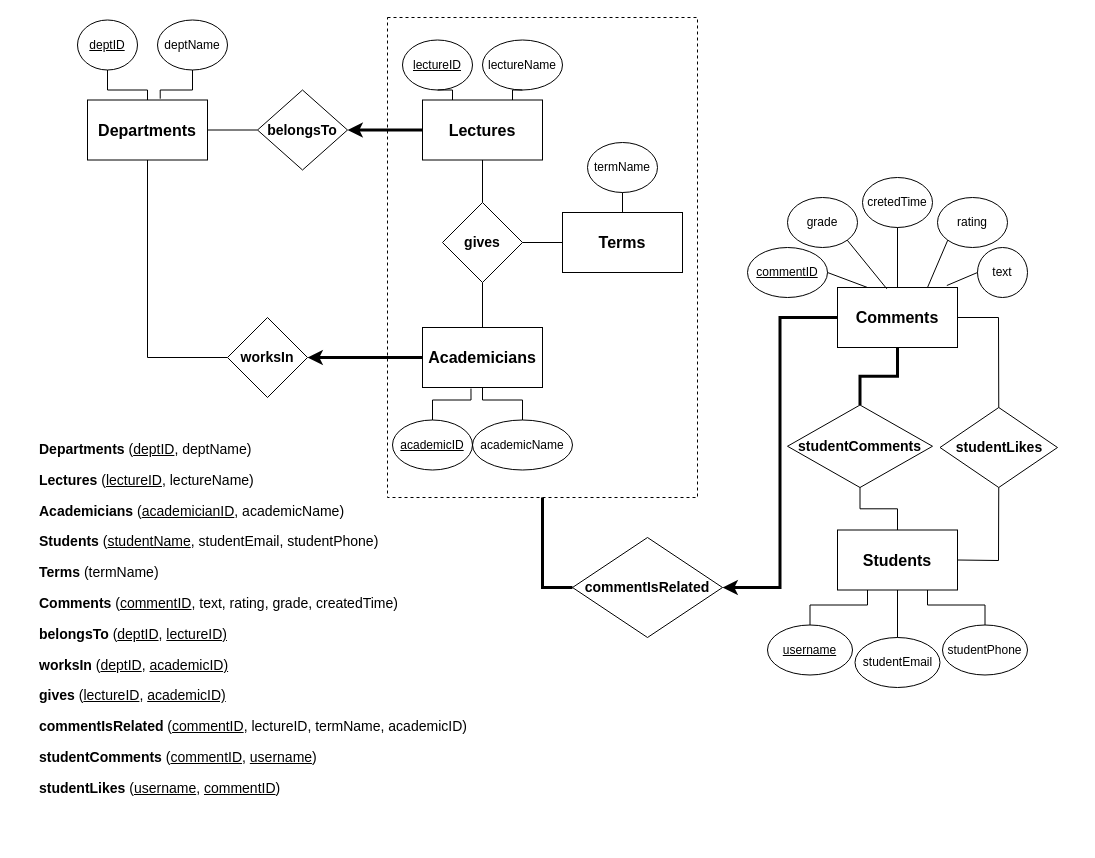
Above: Başlıksız Diyagram.drawio in apoionuz/ceng302 (draw.io), before the change. Source tidied: cells renumbered, new cells numbered last; positions are measured from the earlier drawing's top-left corner, leaving out a move shared by most shapes. Both pictures are drawn from the tidied source at 100%, with x=0, y=0 at pixel (37, 17).
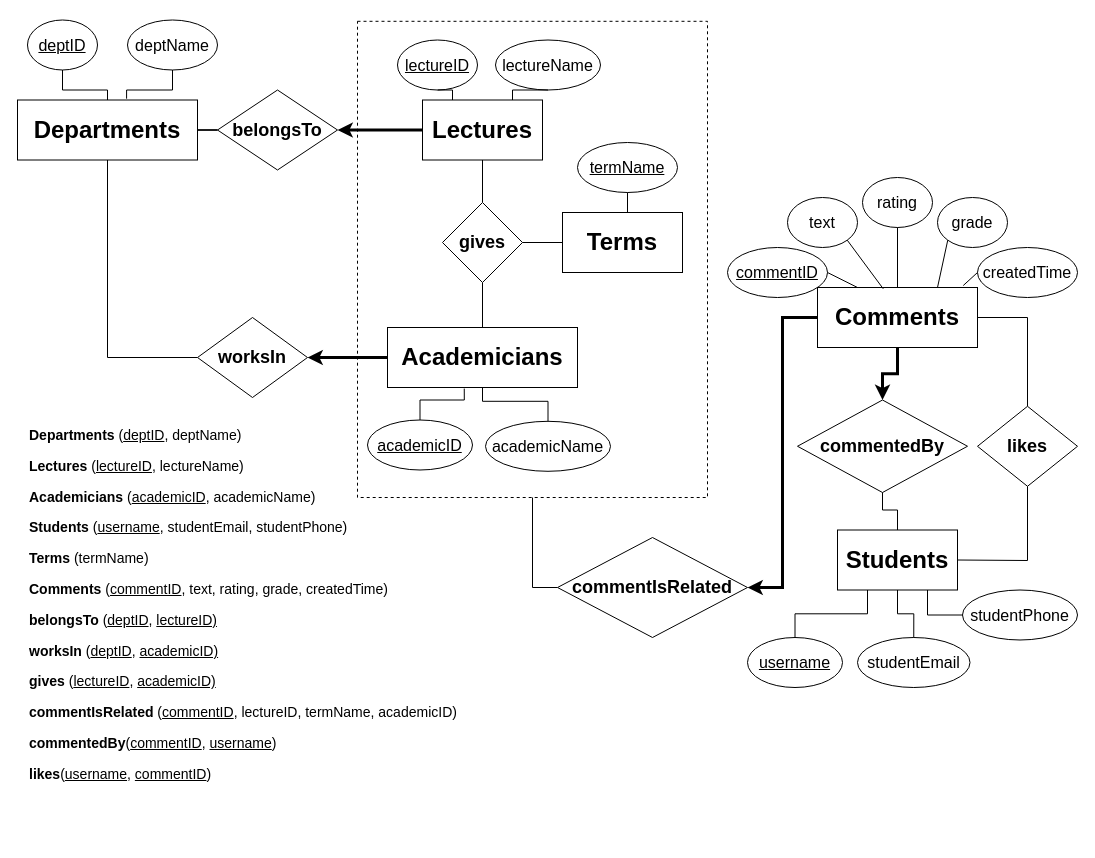
After the change.

Change to the diagram source:
```diff
@@
-    <mxCell id="4" value="&lt;b&gt;&lt;font style=&quot;font-size: 16px;&quot;&gt;Academicians&lt;/font&gt;&lt;/b&gt;" style="rounded=0;whiteSpace=wrap;html=1;" parent="1" vertex="1">
-      <mxGeometry x="385" y="310" width="120" height="60" as="geometry" />
+    <mxCell id="4" value="&lt;b&gt;&lt;font style=&quot;font-size: 24px;&quot;&gt;Academicians&lt;/font&gt;&lt;/b&gt;" style="rounded=0;whiteSpace=wrap;html=1;" parent="1" vertex="1">
+      <mxGeometry x="350" y="310" width="190" height="60" as="geometry" />
     </mxCell>
-    <mxCell id="5" value="&lt;b&gt;&lt;font style=&quot;font-size: 16px;&quot;&gt;Lectures&lt;/font&gt;&lt;/b&gt;" style="rounded=0;whiteSpace=wrap;html=1;" parent="1" vertex="1">
+    <mxCell id="5" value="&lt;b&gt;&lt;font style=&quot;font-size: 24px;&quot;&gt;Lectures&lt;/font&gt;&lt;/b&gt;" style="rounded=0;whiteSpace=wrap;html=1;" parent="1" vertex="1">
       <mxGeometry x="385" y="82.5" width="120" height="60" as="geometry" />
     </mxCell>
@@
-    <mxCell id="7" value="&lt;font style=&quot;font-size: 16px;&quot;&gt;Students&lt;/font&gt;" style="rounded=0;whiteSpace=wrap;html=1;fontStyle=1;" parent="1" vertex="1">
+    <mxCell id="7" value="&lt;font style=&quot;font-size: 24px;&quot;&gt;Students&lt;/font&gt;" style="rounded=0;whiteSpace=wrap;html=1;fontStyle=1;" parent="1" vertex="1">
       <mxGeometry x="800" y="512.5" width="120" height="60" as="geometry" />
     </mxCell>
-    <mxCell id="8" style="edgeStyle=orthogonalEdgeStyle;rounded=0;jettySize=auto;html=1;endArrow=none;endFill=0;" parent="1" edge="1" source="9" target="11">
+    <mxCell id="8" style="edgeStyle=orthogonalEdgeStyle;rounded=0;jettySize=auto;html=1;endArrow=none;endFill=0;entryX=0;entryY=0.5;entryDx=0;entryDy=0;" parent="1" edge="1" source="9" target="11">
       <mxGeometry relative="1" as="geometry" />
     </mxCell>
-    <mxCell id="9" value="&lt;b&gt;&lt;font style=&quot;font-size: 16px;&quot;&gt;Departments&lt;/font&gt;&lt;/b&gt;" style="rounded=0;whiteSpace=wrap;html=1;" parent="1" vertex="1">
-      <mxGeometry x="50" y="82.5" width="120" height="60" as="geometry" />
+    <mxCell id="9" value="&lt;b style=&quot;font-size: 24px;&quot;&gt;&lt;font style=&quot;font-size: 24px;&quot;&gt;Departments&lt;/font&gt;&lt;/b&gt;" style="rounded=0;whiteSpace=wrap;html=1;fontSize=24;" parent="1" vertex="1">
+      <mxGeometry x="-20" y="82.5" width="180" height="60" as="geometry" />
     </mxCell>
@@
-    <mxCell id="11" value="&lt;font style=&quot;font-size: 14px;&quot;&gt;belongsTo&lt;/font&gt;" style="rhombus;whiteSpace=wrap;html=1;rounded=0;fontStyle=1;" parent="1" vertex="1">
-      <mxGeometry x="220" y="72.5" width="90" height="80" as="geometry" />
+    <mxCell id="11" value="&lt;font style=&quot;font-size: 18px;&quot;&gt;belongsTo&lt;/font&gt;" style="rhombus;whiteSpace=wrap;html=1;rounded=0;fontStyle=1;fontSize=18;" parent="1" vertex="1">
+      <mxGeometry x="180" y="72.5" width="120" height="80" as="geometry" />
     </mxCell>
     <mxCell id="12" style="rounded=0;whiteSpace=wrap;html=1;dashed=1;fillColor=none;" parent="1" vertex="1">
-      <mxGeometry x="350" width="310" height="480" as="geometry" />
+      <mxGeometry x="320" y="3.8" width="350" height="476.2" as="geometry" />
     </mxCell>
@@
-    <mxCell id="14" value="&lt;font style=&quot;font-size: 14px;&quot;&gt;worksIn&lt;/font&gt;" style="rhombus;whiteSpace=wrap;html=1;rounded=0;fontStyle=1;" parent="1" vertex="1">
-      <mxGeometry x="190" y="300" width="80" height="80" as="geometry" />
+    <mxCell id="14" value="&lt;font style=&quot;font-size: 18px;&quot;&gt;worksIn&lt;/font&gt;" style="rhombus;whiteSpace=wrap;html=1;rounded=0;fontStyle=1;fontSize=18;" parent="1" vertex="1">
+      <mxGeometry x="160" y="300" width="110" height="80" as="geometry" />
     </mxCell>
@@
-    <mxCell id="16" value="&lt;font style=&quot;font-size: 14px;&quot;&gt;gives&lt;/font&gt;" style="rhombus;whiteSpace=wrap;html=1;rounded=0;fontStyle=1;" parent="1" vertex="1">
+    <mxCell id="16" value="&lt;font style=&quot;font-size: 18px;&quot;&gt;gives&lt;/font&gt;" style="rhombus;whiteSpace=wrap;html=1;rounded=0;fontStyle=1;fontSize=18;" parent="1" vertex="1">
       <mxGeometry x="405" y="185" width="80" height="80" as="geometry" />
     </mxCell>
@@
-    <mxCell id="18" value="&lt;u&gt;username&lt;/u&gt;" style="ellipse;whiteSpace=wrap;html=1;fillColor=none;" parent="1" vertex="1">
-      <mxGeometry x="730" y="607.5" width="85" height="50" as="geometry" />
+    <mxCell id="18" value="&lt;u style=&quot;font-size: 16px;&quot;&gt;username&lt;/u&gt;" style="ellipse;whiteSpace=wrap;html=1;fillColor=none;fontSize=16;" parent="1" vertex="1">
+      <mxGeometry x="710" y="620" width="95" height="50" as="geometry" />
     </mxCell>
@@
-    <mxCell id="20" value="studentEmail" style="ellipse;whiteSpace=wrap;html=1;fillColor=none;" parent="1" vertex="1">
-      <mxGeometry x="817.5" y="620" width="85" height="50" as="geometry" />
+    <mxCell id="20" value="studentEmail" style="ellipse;whiteSpace=wrap;html=1;fillColor=none;fontSize=16;" parent="1" vertex="1">
+      <mxGeometry x="820" y="620" width="112.5" height="50" as="geometry" />
     </mxCell>
@@
-    <mxCell id="22" value="studentPhone" style="ellipse;whiteSpace=wrap;html=1;fillColor=none;" parent="1" vertex="1">
-      <mxGeometry x="905" y="607.5" width="85" height="50" as="geometry" />
+    <mxCell id="22" value="studentPhone" style="ellipse;whiteSpace=wrap;html=1;fillColor=none;fontSize=16;" parent="1" vertex="1">
+      <mxGeometry x="925" y="572.5" width="115" height="50" as="geometry" />
     </mxCell>
@@
-    <mxCell id="24" value="&lt;u&gt;deptID&lt;/u&gt;" style="ellipse;whiteSpace=wrap;html=1;fillColor=none;" parent="1" vertex="1">
-      <mxGeometry x="40" y="2.5" width="60" height="50" as="geometry" />
+    <mxCell id="24" value="&lt;u style=&quot;font-size: 16px;&quot;&gt;deptID&lt;/u&gt;" style="ellipse;whiteSpace=wrap;html=1;fillColor=none;fontSize=16;" parent="1" vertex="1">
+      <mxGeometry x="-10" y="2.5" width="70" height="50" as="geometry" />
     </mxCell>
@@
-    <mxCell id="26" value="deptName" style="ellipse;whiteSpace=wrap;html=1;fillColor=none;" parent="1" vertex="1">
-      <mxGeometry x="120" y="2.5" width="70" height="50" as="geometry" />
+    <mxCell id="26" value="deptName" style="ellipse;whiteSpace=wrap;html=1;fillColor=none;fontSize=16;" parent="1" vertex="1">
+      <mxGeometry x="90" y="2.5" width="90" height="50" as="geometry" />
     </mxCell>
@@
-    <mxCell id="28" value="&lt;u&gt;lectureID&lt;/u&gt;" style="ellipse;whiteSpace=wrap;html=1;fillColor=none;" parent="1" vertex="1">
-      <mxGeometry x="365" y="22.5" width="70" height="50" as="geometry" />
+    <mxCell id="28" value="&lt;u style=&quot;font-size: 16px;&quot;&gt;lectureID&lt;/u&gt;" style="ellipse;whiteSpace=wrap;html=1;fillColor=none;fontSize=16;" parent="1" vertex="1">
+      <mxGeometry x="360" y="22.5" width="80" height="50" as="geometry" />
     </mxCell>
@@
-    <mxCell id="30" value="lectureName" style="ellipse;whiteSpace=wrap;html=1;fillColor=none;" parent="1" vertex="1">
-      <mxGeometry x="445" y="22.5" width="80" height="50" as="geometry" />
+    <mxCell id="30" value="lectureName" style="ellipse;whiteSpace=wrap;html=1;fillColor=none;fontSize=16;" parent="1" vertex="1">
+      <mxGeometry x="458" y="22.5" width="105" height="50" as="geometry" />
     </mxCell>
@@
-    <mxCell id="32" value="&lt;u&gt;academicID&lt;/u&gt;" style="ellipse;whiteSpace=wrap;html=1;fillColor=none;" parent="1" vertex="1">
-      <mxGeometry x="355" y="402.5" width="80" height="50" as="geometry" />
+    <mxCell id="32" value="&lt;u style=&quot;font-size: 16px;&quot;&gt;academicID&lt;/u&gt;" style="ellipse;whiteSpace=wrap;html=1;fillColor=none;fontSize=16;" parent="1" vertex="1">
+      <mxGeometry x="330" y="402.5" width="105" height="50" as="geometry" />
     </mxCell>
@@
-    <mxCell id="34" value="academicName" style="ellipse;whiteSpace=wrap;html=1;fillColor=none;" parent="1" vertex="1">
-      <mxGeometry x="435" y="402.5" width="100" height="50" as="geometry" />
+    <mxCell id="34" value="academicName" style="ellipse;whiteSpace=wrap;html=1;fillColor=none;fontSize=16;" parent="1" vertex="1">
+      <mxGeometry x="448" y="403.8" width="125" height="50" as="geometry" />
     </mxCell>
-    <mxCell id="35" value="&lt;u&gt;commentID&lt;/u&gt;" style="ellipse;whiteSpace=wrap;html=1;fillColor=none;" parent="1" vertex="1">
-      <mxGeometry x="710" y="230" width="80" height="50" as="geometry" />
+    <mxCell id="35" value="&lt;u style=&quot;font-size: 16px;&quot;&gt;commentID&lt;/u&gt;" style="ellipse;whiteSpace=wrap;html=1;fillColor=none;fontSize=16;" parent="1" vertex="1">
+      <mxGeometry x="690" y="230" width="100" height="50" as="geometry" />
     </mxCell>
-    <mxCell id="36" value="text" style="ellipse;whiteSpace=wrap;html=1;fillColor=none;" parent="1" vertex="1">
-      <mxGeometry x="940" y="230" width="50" height="50" as="geometry" />
+    <mxCell id="36" value="createdTime" style="ellipse;whiteSpace=wrap;html=1;fillColor=none;fontSize=16;" parent="1" vertex="1">
+      <mxGeometry x="940" y="230" width="100" height="50" as="geometry" />
     </mxCell>
-    <mxCell id="37" value="rating" style="ellipse;whiteSpace=wrap;html=1;fillColor=none;" parent="1" vertex="1">
+    <mxCell id="37" value="grade" style="ellipse;whiteSpace=wrap;html=1;fillColor=none;fontSize=16;" parent="1" vertex="1">
       <mxGeometry x="900" y="180" width="70" height="50" as="geometry" />
     </mxCell>
-    <mxCell id="38" value="grade" style="ellipse;whiteSpace=wrap;html=1;fillColor=none;" parent="1" vertex="1">
+    <mxCell id="38" value="text" style="ellipse;whiteSpace=wrap;html=1;fillColor=none;fontSize=16;" parent="1" vertex="1">
       <mxGeometry x="750" y="180" width="70" height="50" as="geometry" />
     </mxCell>
@@
-    <mxCell id="44" value="cretedTime" style="ellipse;whiteSpace=wrap;html=1;fillColor=none;" parent="1" vertex="1">
+    <mxCell id="44" value="rating" style="ellipse;whiteSpace=wrap;html=1;fillColor=none;fontSize=16;" parent="1" vertex="1">
       <mxGeometry x="825" y="160" width="70" height="50" as="geometry" />
     </mxCell>
@@
-    <mxCell id="46" value="&lt;b&gt;&lt;font style=&quot;font-size: 16px;&quot;&gt;Terms&lt;/font&gt;&lt;/b&gt;" style="rounded=0;whiteSpace=wrap;html=1;strokeWidth=1;fontSize=14;fillColor=none;" parent="1" vertex="1">
+    <mxCell id="46" value="&lt;b&gt;&lt;font style=&quot;font-size: 24px;&quot;&gt;Terms&lt;/font&gt;&lt;/b&gt;" style="rounded=0;whiteSpace=wrap;html=1;strokeWidth=1;fontSize=14;fillColor=none;" parent="1" vertex="1">
       <mxGeometry x="525" y="195" width="120" height="60" as="geometry" />
     </mxCell>
@@
-    <mxCell id="48" value="termName" style="ellipse;whiteSpace=wrap;html=1;fillColor=none;" parent="1" vertex="1">
-      <mxGeometry x="550" y="125" width="70" height="50" as="geometry" />
+    <mxCell id="48" value="&lt;u style=&quot;font-size: 16px;&quot;&gt;termName&lt;/u&gt;" style="ellipse;whiteSpace=wrap;html=1;fillColor=none;fontSize=16;" parent="1" vertex="1">
+      <mxGeometry x="540" y="125" width="100" height="50" as="geometry" />
     </mxCell>
@@
-    <mxCell id="50" value="&lt;font style=&quot;font-size: 16px;&quot;&gt;Comments&lt;/font&gt;" style="rounded=0;whiteSpace=wrap;html=1;strokeWidth=1;fontSize=14;fillColor=none;fontStyle=1;" parent="1" vertex="1">
-      <mxGeometry x="800" y="270" width="120" height="60" as="geometry" />
+    <mxCell id="50" value="&lt;font style=&quot;font-size: 24px;&quot;&gt;Comments&lt;/font&gt;" style="rounded=0;whiteSpace=wrap;html=1;strokeWidth=1;fontSize=14;fillColor=none;fontStyle=1;" parent="1" vertex="1">
+      <mxGeometry x="780" y="270" width="160" height="60" as="geometry" />
     </mxCell>
-    <mxCell id="51" style="edgeStyle=orthogonalEdgeStyle;rounded=0;jettySize=auto;html=1;exitX=0.5;exitY=0;exitDx=0;exitDy=0;entryX=0.5;entryY=1;entryDx=0;entryDy=0;strokeWidth=3;fontSize=14;startArrow=none;startFill=0;endArrow=none;endFill=0;" parent="1" edge="1" source="52" target="50">
+    <mxCell id="51" style="edgeStyle=orthogonalEdgeStyle;rounded=0;jettySize=auto;html=1;exitX=0.5;exitY=0;exitDx=0;exitDy=0;entryX=0.5;entryY=1;entryDx=0;entryDy=0;strokeWidth=3;fontSize=14;startArrow=classic;startFill=1;endArrow=none;endFill=0;" parent="1" edge="1" source="52" target="50">
       <mxGeometry relative="1" as="geometry" />
     </mxCell>
-    <mxCell id="52" value="studentComments" style="rhombus;whiteSpace=wrap;html=1;strokeWidth=1;fontSize=14;fillColor=none;fontStyle=1;" parent="1" vertex="1">
-      <mxGeometry x="750" y="387.5" width="145" height="82.5" as="geometry" />
+    <mxCell id="52" value="commentedBy" style="rhombus;whiteSpace=wrap;html=1;strokeWidth=1;fontSize=18;fillColor=none;fontStyle=1;" parent="1" vertex="1">
+      <mxGeometry x="760" y="382.5" width="170" height="92.5" as="geometry" />
     </mxCell>
-    <mxCell id="53" style="edgeStyle=orthogonalEdgeStyle;rounded=0;jettySize=auto;html=1;strokeWidth=3;fontSize=14;startArrow=none;startFill=0;endArrow=none;endFill=0;entryX=0.5;entryY=1;entryDx=0;entryDy=0;exitX=0;exitY=0.5;exitDx=0;exitDy=0;" parent="1" edge="1" source="54" target="12">
+    <mxCell id="53" style="edgeStyle=orthogonalEdgeStyle;rounded=0;jettySize=auto;html=1;strokeWidth=1;fontSize=14;startArrow=none;startFill=0;endArrow=none;endFill=0;entryX=0.5;entryY=1;entryDx=0;entryDy=0;exitX=0;exitY=0.5;exitDx=0;exitDy=0;" parent="1" edge="1" source="54" target="12">
       <mxGeometry relative="1" as="geometry" />
     </mxCell>
-    <mxCell id="54" value="&lt;font style=&quot;font-size: 14px;&quot;&gt;commentIsRelated&lt;/font&gt;" style="rhombus;whiteSpace=wrap;html=1;fontStyle=1;" parent="1" vertex="1">
-      <mxGeometry x="535" y="520" width="150" height="100" as="geometry" />
+    <mxCell id="54" value="&lt;font style=&quot;font-size: 18px;&quot;&gt;commentIsRelated&lt;/font&gt;" style="rhombus;whiteSpace=wrap;html=1;fontStyle=1;fontSize=18;" parent="1" vertex="1">
+      <mxGeometry x="520" y="520" width="190" height="100" as="geometry" />
     </mxCell>
-    <mxCell id="55" value="&lt;font style=&quot;font-size: 14px;&quot;&gt;studentLikes&lt;/font&gt;" style="rhombus;whiteSpace=wrap;html=1;fontStyle=1;" parent="1" vertex="1">
-      <mxGeometry x="902.5" y="390" width="117.5" height="80" as="geometry" />
+    <mxCell id="55" value="&lt;font style=&quot;font-size: 18px;&quot;&gt;likes&lt;/font&gt;" style="rhombus;whiteSpace=wrap;html=1;fontStyle=1;fontSize=18;" parent="1" vertex="1">
+      <mxGeometry x="940" y="388.8" width="100" height="80" as="geometry" />
     </mxCell>
     <mxCell id="56" style="endArrow=none;html=1;rounded=0;strokeWidth=1;entryX=0.5;entryY=0;entryDx=0;entryDy=0;exitX=1;exitY=0.5;exitDx=0;exitDy=0;" parent="1" edge="1" source="50" target="55">
       <mxGeometry relative="1" as="geometry">
         <Array as="points">
-          <mxPoint x="961" y="300" />
+          <mxPoint x="990" y="300" />
         </Array>
       </mxGeometry>
     </mxCell>
     <mxCell id="57" style="endArrow=none;html=1;rounded=0;strokeWidth=1;entryX=0.5;entryY=1;entryDx=0;entryDy=0;exitX=1;exitY=0.5;exitDx=0;exitDy=0;" parent="1" edge="1" source="7" target="55">
       <mxGeometry relative="1" as="geometry">
         <Array as="points">
-          <mxPoint x="961" y="543" />
+          <mxPoint x="990" y="543" />
         </Array>
       </mxGeometry>
     </mxCell>
-    <mxCell id="58" value="&lt;p style=&quot;font-size: 14px;&quot;&gt;&lt;font style=&quot;font-size: 14px;&quot;&gt;&lt;strong style=&quot;&quot;&gt;Departments &lt;/strong&gt;(&lt;u style=&quot;&quot;&gt;deptID&lt;/u&gt;, deptName)&lt;/font&gt;&lt;/p&gt;&lt;p style=&quot;font-size: 14px;&quot;&gt;&lt;font style=&quot;font-size: 14px;&quot;&gt;&lt;strong&gt;Lectures&amp;nbsp;&lt;/strong&gt;(&lt;u&gt;lectureID&lt;/u&gt;, lectureName)&lt;/font&gt;&lt;/p&gt;&lt;p style=&quot;font-size: 14px;&quot;&gt;&lt;font style=&quot;font-size: 14px;&quot;&gt;&lt;strong&gt;Academicians&amp;nbsp;&lt;/strong&gt;(&lt;u&gt;academicianID&lt;/u&gt;, academicName)&lt;/font&gt;&lt;/p&gt;&lt;p style=&quot;font-size: 14px;&quot;&gt;&lt;font style=&quot;font-size: 14px;&quot;&gt;&lt;strong&gt;Students&amp;nbsp;&lt;/strong&gt;(&lt;u&gt;studentName&lt;/u&gt;, studentEmail, studentPhone)&lt;/font&gt;&lt;/p&gt;&lt;p style=&quot;font-size: 14px;&quot;&gt;&lt;b&gt;Terms &lt;/b&gt;(termName)&lt;/p&gt;&lt;p style=&quot;font-size: 14px;&quot;&gt;&lt;b style=&quot;border-color: var(--border-color);&quot;&gt;Comments&amp;nbsp;&lt;/b&gt;(&lt;u style=&quot;border-color: var(--border-color);&quot;&gt;commentID&lt;/u&gt;,&amp;nbsp;text, rating, grade, createdTime)&lt;br&gt;&lt;/p&gt;&lt;p style=&quot;font-size: 14px;&quot;&gt;&lt;font style=&quot;font-size: 14px;&quot;&gt;&lt;b style=&quot;background-color: initial;&quot;&gt;belongsTo &lt;/b&gt;&lt;span style=&quot;background-color: initial;&quot;&gt;(&lt;/span&gt;&lt;u style=&quot;background-color: initial;&quot;&gt;deptID&lt;/u&gt;&lt;span style=&quot;background-color: initial;&quot;&gt;, &lt;/span&gt;&lt;u style=&quot;background-color: initial;&quot;&gt;lectureID)&lt;/u&gt;&lt;br&gt;&lt;/font&gt;&lt;/p&gt;&lt;p style=&quot;font-size: 14px;&quot;&gt;&lt;span style=&quot;background-color: initial;&quot;&gt;&lt;font style=&quot;font-size: 14px;&quot;&gt;&lt;b style=&quot;&quot;&gt;worksIn&lt;/b&gt;&amp;nbsp;(&lt;u&gt;deptID&lt;/u&gt;, &lt;u&gt;academicID)&lt;/u&gt;&lt;/font&gt;&lt;/span&gt;&lt;/p&gt;&lt;p style=&quot;font-size: 14px;&quot;&gt;&lt;font style=&quot;font-size: 14px;&quot;&gt;&lt;b&gt;gives&lt;/b&gt;&amp;nbsp;(&lt;u&gt;lectureID&lt;/u&gt;, &lt;u&gt;academicID)&lt;/u&gt;&lt;/font&gt;&lt;/p&gt;&lt;p style=&quot;font-size: 14px;&quot;&gt;&lt;font style=&quot;font-size: 14px;&quot;&gt;&lt;b style=&quot;&quot;&gt;commentIsRelated&lt;/b&gt;&amp;nbsp;(&lt;u&gt;commentID&lt;/u&gt;, lectureID, termName, academicID)&lt;/font&gt;&lt;/p&gt;&lt;p style=&quot;font-size: 14px;&quot;&gt;&lt;font style=&quot;font-size: 14px;&quot;&gt;&lt;b style=&quot;&quot;&gt;studentComments&lt;/b&gt;&amp;nbsp;(&lt;u&gt;commentID&lt;/u&gt;, &lt;u&gt;username&lt;/u&gt;)&lt;/font&gt;&lt;/p&gt;&lt;p style=&quot;font-size: 14px;&quot;&gt;&lt;font style=&quot;font-size: 14px;&quot;&gt;&lt;span style=&quot;font-weight: bold;&quot;&gt;studentLikes&lt;/span&gt;&amp;nbsp;(&lt;u&gt;username&lt;/u&gt;, &lt;u&gt;commentID&lt;/u&gt;)&lt;/font&gt;&lt;/p&gt;&lt;p style=&quot;font-size: 14px;&quot;&gt;&lt;br&gt;&lt;/p&gt;" style="text;whiteSpace=wrap;html=1;strokeWidth=1;" parent="1" vertex="1">
-      <mxGeometry y="402.5" width="430" height="387.5" as="geometry" />
-    </mxCell>
+    <mxCell id="59" value="&lt;p style=&quot;font-size: 14px;&quot;&gt;&lt;font style=&quot;font-size: 14px;&quot;&gt;&lt;strong style=&quot;&quot;&gt;Departments &lt;/strong&gt;(&lt;u style=&quot;&quot;&gt;deptID&lt;/u&gt;, deptName)&lt;/font&gt;&lt;/p&gt;&lt;p style=&quot;font-size: 14px;&quot;&gt;&lt;font style=&quot;font-size: 14px;&quot;&gt;&lt;strong&gt;Lectures&amp;nbsp;&lt;/strong&gt;(&lt;u&gt;lectureID&lt;/u&gt;, lectureName)&lt;/font&gt;&lt;/p&gt;&lt;p style=&quot;font-size: 14px;&quot;&gt;&lt;font style=&quot;font-size: 14px;&quot;&gt;&lt;strong&gt;Academicians&amp;nbsp;&lt;/strong&gt;(&lt;u&gt;academicID&lt;/u&gt;, academicName)&lt;/font&gt;&lt;/p&gt;&lt;p style=&quot;font-size: 14px;&quot;&gt;&lt;font style=&quot;font-size: 14px;&quot;&gt;&lt;strong&gt;Students&amp;nbsp;&lt;/strong&gt;(&lt;u&gt;username&lt;/u&gt;, studentEmail, studentPhone)&lt;/font&gt;&lt;/p&gt;&lt;p style=&quot;font-size: 14px;&quot;&gt;&lt;b&gt;Terms &lt;/b&gt;(termName)&lt;/p&gt;&lt;p style=&quot;font-size: 14px;&quot;&gt;&lt;b style=&quot;border-color: var(--border-color);&quot;&gt;Comments&amp;nbsp;&lt;/b&gt;(&lt;u style=&quot;border-color: var(--border-color);&quot;&gt;commentID&lt;/u&gt;,&amp;nbsp;text, rating, grade, createdTime)&lt;br&gt;&lt;/p&gt;&lt;p style=&quot;font-size: 14px;&quot;&gt;&lt;font style=&quot;font-size: 14px;&quot;&gt;&lt;b style=&quot;background-color: initial;&quot;&gt;belongsTo &lt;/b&gt;&lt;span style=&quot;background-color: initial;&quot;&gt;(&lt;/span&gt;&lt;u style=&quot;background-color: initial;&quot;&gt;deptID&lt;/u&gt;&lt;span style=&quot;background-color: initial;&quot;&gt;, &lt;/span&gt;&lt;u style=&quot;background-color: initial;&quot;&gt;lectureID)&lt;/u&gt;&lt;br&gt;&lt;/font&gt;&lt;/p&gt;&lt;p style=&quot;font-size: 14px;&quot;&gt;&lt;span style=&quot;background-color: initial;&quot;&gt;&lt;font style=&quot;font-size: 14px;&quot;&gt;&lt;b style=&quot;&quot;&gt;worksIn&lt;/b&gt;&amp;nbsp;(&lt;u&gt;deptID&lt;/u&gt;, &lt;u&gt;academicID)&lt;/u&gt;&lt;/font&gt;&lt;/span&gt;&lt;/p&gt;&lt;p style=&quot;font-size: 14px;&quot;&gt;&lt;font style=&quot;font-size: 14px;&quot;&gt;&lt;b&gt;gives&lt;/b&gt;&amp;nbsp;(&lt;u&gt;lectureID&lt;/u&gt;, &lt;u&gt;academicID)&lt;/u&gt;&lt;/font&gt;&lt;/p&gt;&lt;p style=&quot;font-size: 14px;&quot;&gt;&lt;font style=&quot;font-size: 14px;&quot;&gt;&lt;b style=&quot;&quot;&gt;commentIsRelated&lt;/b&gt;&amp;nbsp;(&lt;u&gt;commentID&lt;/u&gt;, lectureID, termName, academicID)&lt;/font&gt;&lt;/p&gt;&lt;p style=&quot;font-size: 14px;&quot;&gt;&lt;font style=&quot;font-size: 14px;&quot;&gt;&lt;b&gt;commentedBy&lt;/b&gt;(&lt;u&gt;commentID&lt;/u&gt;, &lt;u&gt;username&lt;/u&gt;)&lt;/font&gt;&lt;/p&gt;&lt;p style=&quot;font-size: 14px;&quot;&gt;&lt;font style=&quot;font-size: 14px;&quot;&gt;&lt;b&gt;likes&lt;/b&gt;(&lt;u&gt;username&lt;/u&gt;, &lt;u&gt;commentID&lt;/u&gt;)&lt;/font&gt;&lt;/p&gt;&lt;p style=&quot;font-size: 14px;&quot;&gt;&lt;br&gt;&lt;/p&gt;" style="text;whiteSpace=wrap;html=1;strokeWidth=1;" parent="1" vertex="1">
+      <mxGeometry x="-10" y="388.8" width="490" height="387.5" as="geometry" />
+    </mxCell>
```
